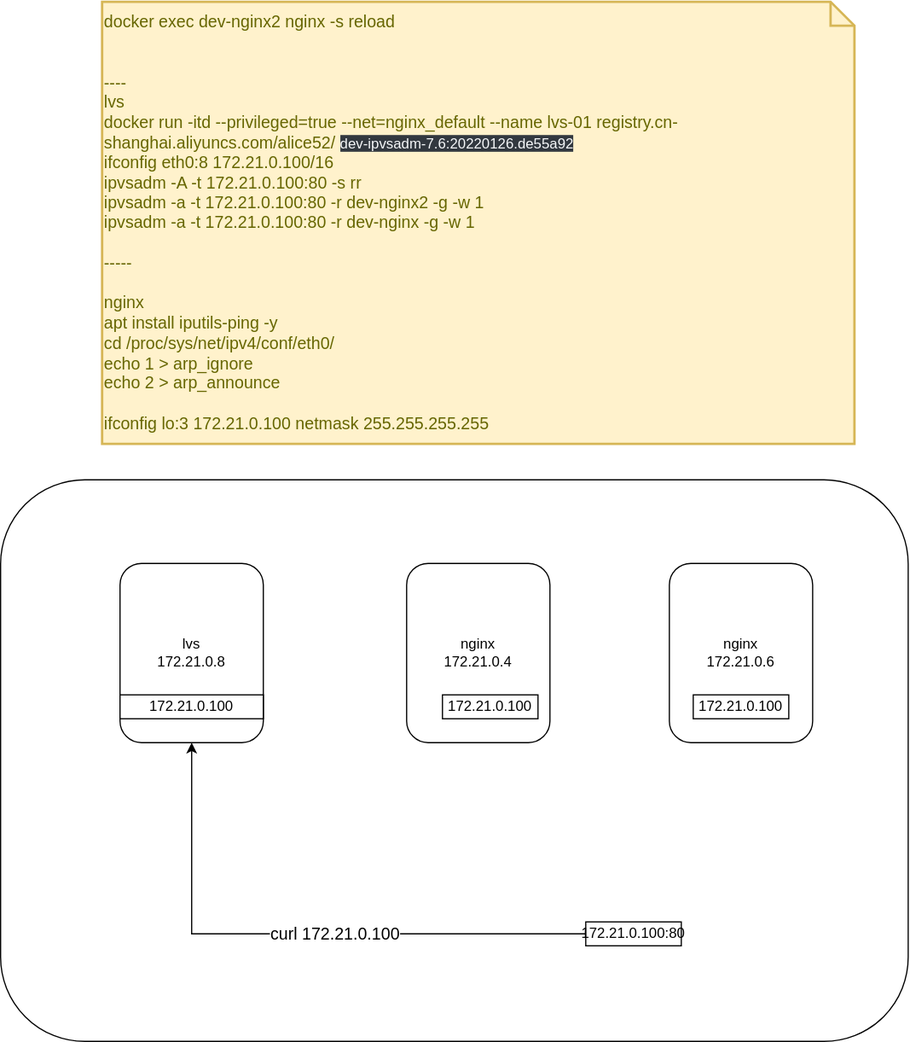
Earlier version of the draw.io export diagrams/lb/lvs/03.dr.svg (Alice52/diagrams). Source tidied: cells renumbered, new cells last; positions are measured from the earlier drawing's top-left corner, leaving out a move shared by most shapes.
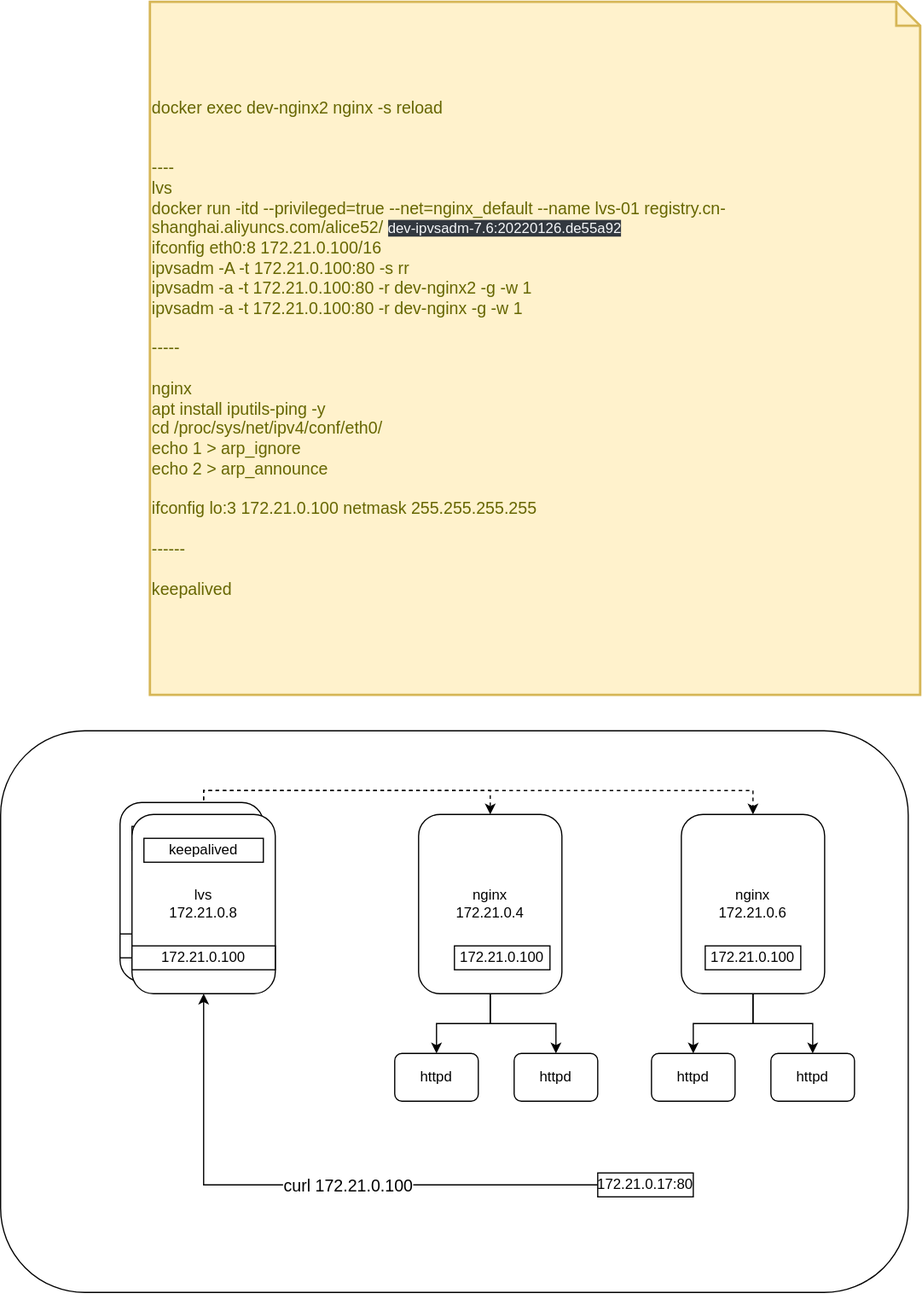
The same file after the commit.

Diff of the diagram source:
```diff
@@ -3,26 +3,38 @@
     <mxCell id="0" />
     <mxCell id="1" parent="0" />
     <mxCell id="2" style="rounded=1;whiteSpace=wrap;html=1;" parent="1" vertex="1">
-      <mxGeometry y="400" width="760" height="470" as="geometry" />
+      <mxGeometry x="-10" y="400" width="760" height="470" as="geometry" />
     </mxCell>
-    <mxCell id="3" value="&lt;div&gt;&lt;div&gt;docker exec dev-nginx2 nginx -s reload&lt;/div&gt;&lt;div&gt;&lt;br&gt;&lt;/div&gt;&lt;div&gt;&lt;br&gt;&lt;/div&gt;&lt;div&gt;----&lt;/div&gt;&lt;div&gt;lvs&lt;/div&gt;&lt;div&gt;docker run -itd --privileged=true --net=nginx_default --name lvs-01 registry.cn-shanghai.aliyuncs.com/alice52/&lt;span style=&quot;background-color: rgb(50 , 56 , 63) ; color: rgb(246 , 248 , 250) ; font-family: , , &amp;#34;sf mono&amp;#34; , &amp;#34;menlo&amp;#34; , &amp;#34;consolas&amp;#34; , &amp;#34;liberation mono&amp;#34; , monospace ; font-size: 12px&quot;&gt;dev-ipvsadm-7.6:20220126.de55a92&lt;/span&gt;&lt;/div&gt;&lt;div&gt;ifconfig eth0:8 172.21.0.100/16&lt;/div&gt;&lt;div&gt;ipvsadm -A -t 172.21.0.100:80 -s rr&lt;/div&gt;&lt;div&gt;ipvsadm -a -t 172.21.0.100:80 -r dev-nginx2 -g -w 1&lt;/div&gt;&lt;div&gt;ipvsadm -a -t 172.21.0.100:80 -r dev-nginx -g -w 1&lt;/div&gt;&lt;div&gt;&lt;br&gt;&lt;/div&gt;&lt;div&gt;-----&lt;/div&gt;&lt;div&gt;&lt;br&gt;&lt;/div&gt;&lt;div&gt;nginx&lt;/div&gt;&lt;div&gt;apt install iputils-ping -y&lt;/div&gt;&lt;div&gt;cd /proc/sys/net/ipv4/conf/eth0/&lt;/div&gt;&lt;div&gt;echo 1 &amp;gt; arp_ignore&lt;/div&gt;&lt;div&gt;echo 2 &amp;gt; arp_announce&lt;/div&gt;&lt;div&gt;&lt;br&gt;&lt;/div&gt;&lt;div&gt;ifconfig lo:3 172.21.0.100 netmask 255.255.255.255&lt;/div&gt;&lt;/div&gt;" style="shape=note;strokeWidth=2;fontSize=14;size=20;whiteSpace=wrap;html=1;fillColor=#fff2cc;strokeColor=#d6b656;fontColor=#666600;align=left;" parent="1" vertex="1">
-      <mxGeometry x="85" width="630" height="370" as="geometry" />
+    <mxCell id="3" value="&lt;div&gt;&lt;div&gt;docker exec dev-nginx2 nginx -s reload&lt;/div&gt;&lt;div&gt;&lt;br&gt;&lt;/div&gt;&lt;div&gt;&lt;br&gt;&lt;/div&gt;&lt;div&gt;----&lt;/div&gt;&lt;div&gt;lvs&lt;/div&gt;&lt;div&gt;docker run -itd --privileged=true --net=nginx_default --name lvs-01 registry.cn-shanghai.aliyuncs.com/alice52/&lt;span style=&quot;background-color: rgb(50 , 56 , 63) ; color: rgb(246 , 248 , 250) ; font-family: , , &amp;#34;sf mono&amp;#34; , &amp;#34;menlo&amp;#34; , &amp;#34;consolas&amp;#34; , &amp;#34;liberation mono&amp;#34; , monospace ; font-size: 12px&quot;&gt;dev-ipvsadm-7.6:20220126.de55a92&lt;/span&gt;&lt;/div&gt;&lt;div&gt;ifconfig eth0:8 172.21.0.100/16&lt;/div&gt;&lt;div&gt;ipvsadm -A -t 172.21.0.100:80 -s rr&lt;/div&gt;&lt;div&gt;ipvsadm -a -t 172.21.0.100:80 -r dev-nginx2 -g -w 1&lt;/div&gt;&lt;div&gt;ipvsadm -a -t 172.21.0.100:80 -r dev-nginx -g -w 1&lt;/div&gt;&lt;div&gt;&lt;br&gt;&lt;/div&gt;&lt;div&gt;-----&lt;/div&gt;&lt;div&gt;&lt;br&gt;&lt;/div&gt;&lt;div&gt;nginx&lt;/div&gt;&lt;div&gt;apt install iputils-ping -y&lt;/div&gt;&lt;div&gt;cd /proc/sys/net/ipv4/conf/eth0/&lt;/div&gt;&lt;div&gt;echo 1 &amp;gt; arp_ignore&lt;/div&gt;&lt;div&gt;echo 2 &amp;gt; arp_announce&lt;/div&gt;&lt;div&gt;&lt;br&gt;&lt;/div&gt;&lt;div&gt;ifconfig lo:3 172.21.0.100 netmask 255.255.255.255&lt;/div&gt;&lt;/div&gt;&lt;div&gt;&lt;br&gt;&lt;/div&gt;&lt;div&gt;------&lt;/div&gt;&lt;div&gt;&lt;br&gt;&lt;/div&gt;&lt;div&gt;keepalived&lt;/div&gt;" style="shape=note;strokeWidth=2;fontSize=14;size=20;whiteSpace=wrap;html=1;fillColor=#fff2cc;strokeColor=#d6b656;fontColor=#666600;align=left;" parent="1" vertex="1">
+      <mxGeometry x="115" y="-210" width="645" height="580" as="geometry" />
     </mxCell>
-    <mxCell id="4" value="lvs&lt;br&gt;172.21.0.8" style="rounded=1;whiteSpace=wrap;html=1;" parent="1" vertex="1">
-      <mxGeometry x="100" y="470" width="120" height="150" as="geometry" />
-    </mxCell>
+    <mxCell id="13" style="edgeStyle=orthogonalEdgeStyle;rounded=0;jettySize=auto;html=1;exitX=0.5;exitY=0;exitDx=0;exitDy=0;entryX=0.5;entryY=0;entryDx=0;entryDy=0;dashed=1;" parent="1" edge="1" source="4" target="5">
+      <mxGeometry relative="1" as="geometry" />
+    </mxCell>
+    <mxCell id="14" style="edgeStyle=orthogonalEdgeStyle;rounded=0;jettySize=auto;html=1;exitX=0.5;exitY=0;exitDx=0;exitDy=0;entryX=0.5;entryY=0;entryDx=0;entryDy=0;dashed=1;" parent="1" edge="1" source="4" target="6">
+      <mxGeometry relative="1" as="geometry" />
+    </mxCell>
+    <mxCell id="15" style="edgeStyle=orthogonalEdgeStyle;rounded=0;jettySize=auto;html=1;exitX=0.5;exitY=1;exitDx=0;exitDy=0;entryX=0.5;entryY=0;entryDx=0;entryDy=0;" parent="1" edge="1" source="5" target="19">
+      <mxGeometry relative="1" as="geometry" />
+    </mxCell>
+    <mxCell id="16" style="edgeStyle=orthogonalEdgeStyle;rounded=0;jettySize=auto;html=1;exitX=0.5;exitY=1;exitDx=0;exitDy=0;entryX=0.5;entryY=0;entryDx=0;entryDy=0;" parent="1" edge="1" source="5" target="20">
+      <mxGeometry relative="1" as="geometry" />
+    </mxCell>
     <mxCell id="5" value="nginx&lt;br&gt;172.21.0.4" style="rounded=1;whiteSpace=wrap;html=1;" parent="1" vertex="1">
       <mxGeometry x="340" y="470" width="120" height="150" as="geometry" />
     </mxCell>
+    <mxCell id="17" style="edgeStyle=orthogonalEdgeStyle;rounded=0;jettySize=auto;html=1;exitX=0.5;exitY=1;exitDx=0;exitDy=0;entryX=0.5;entryY=0;entryDx=0;entryDy=0;" parent="1" edge="1" source="6" target="21">
+      <mxGeometry relative="1" as="geometry" />
+    </mxCell>
+    <mxCell id="18" style="edgeStyle=orthogonalEdgeStyle;rounded=0;jettySize=auto;html=1;exitX=0.5;exitY=1;exitDx=0;exitDy=0;" parent="1" edge="1" source="6" target="22">
+      <mxGeometry relative="1" as="geometry" />
+    </mxCell>
     <mxCell id="6" value="nginx&lt;br&gt;172.21.0.6" style="rounded=1;whiteSpace=wrap;html=1;" parent="1" vertex="1">
       <mxGeometry x="560" y="470" width="120" height="150" as="geometry" />
     </mxCell>
     <mxCell id="7" value="172.21.0.100" style="rounded=0;whiteSpace=wrap;html=1;" parent="1" vertex="1">
       <mxGeometry x="370" y="580" width="80" height="20" as="geometry" />
     </mxCell>
-    <mxCell id="8" value="172.21.0.100" style="rounded=0;whiteSpace=wrap;html=1;" parent="1" vertex="1">
-      <mxGeometry x="100" y="580" width="120" height="20" as="geometry" />
-    </mxCell>
     <mxCell id="9" value="172.21.0.100" style="rounded=0;whiteSpace=wrap;html=1;" parent="1" vertex="1">
       <mxGeometry x="580" y="580" width="80" height="20" as="geometry" />
     </mxCell>
@@ -34,8 +46,44 @@
         <mxPoint x="60" y="3" as="offset" />
       </mxGeometry>
     </mxCell>
-    <mxCell id="12" value="172.21.0.100:80" style="rounded=0;whiteSpace=wrap;html=1;" parent="1" vertex="1">
+    <mxCell id="12" value="172.21.0.17:80" style="rounded=0;whiteSpace=wrap;html=1;" parent="1" vertex="1">
       <mxGeometry x="490" y="770" width="80" height="20" as="geometry" />
     </mxCell>
+    <mxCell id="19" value="httpd" style="rounded=1;whiteSpace=wrap;html=1;" parent="1" vertex="1">
+      <mxGeometry x="320" y="670" width="70" height="40" as="geometry" />
+    </mxCell>
+    <mxCell id="20" value="httpd" style="rounded=1;whiteSpace=wrap;html=1;" parent="1" vertex="1">
+      <mxGeometry x="420" y="670" width="70" height="40" as="geometry" />
+    </mxCell>
+    <mxCell id="21" value="httpd" style="rounded=1;whiteSpace=wrap;html=1;" parent="1" vertex="1">
+      <mxGeometry x="535" y="670" width="70" height="40" as="geometry" />
+    </mxCell>
+    <mxCell id="22" value="httpd" style="rounded=1;whiteSpace=wrap;html=1;" parent="1" vertex="1">
+      <mxGeometry x="635" y="670" width="70" height="40" as="geometry" />
+    </mxCell>
+    <mxCell id="23" style="group;" parent="1" vertex="1">
+      <mxGeometry x="100" y="470" width="650" height="410" as="geometry" />
+    </mxCell>
+    <mxCell id="24" style="group;" parent="23" vertex="1">
+      <mxGeometry x="-10" y="-10" width="660" height="420" as="geometry" />
+    </mxCell>
+    <mxCell id="25" value="lvs&lt;br&gt;172.21.0.8" style="rounded=1;whiteSpace=wrap;html=1;" parent="24" vertex="1">
+      <mxGeometry width="120" height="150" as="geometry" />
+    </mxCell>
+    <mxCell id="26" value="172.21.0.100" style="rounded=0;whiteSpace=wrap;html=1;" parent="24" vertex="1">
+      <mxGeometry y="110" width="120" height="20" as="geometry" />
+    </mxCell>
+    <mxCell id="27" value="keepalived" style="rounded=0;whiteSpace=wrap;html=1;" parent="24" vertex="1">
+      <mxGeometry x="10" y="20" width="100" height="20" as="geometry" />
+    </mxCell>
+    <mxCell id="4" value="lvs&lt;br&gt;172.21.0.8" style="rounded=1;whiteSpace=wrap;html=1;" parent="23" vertex="1">
+      <mxGeometry width="120" height="150" as="geometry" />
+    </mxCell>
+    <mxCell id="8" value="172.21.0.100" style="rounded=0;whiteSpace=wrap;html=1;" parent="23" vertex="1">
+      <mxGeometry y="110" width="120" height="20" as="geometry" />
+    </mxCell>
+    <mxCell id="28" value="keepalived" style="rounded=0;whiteSpace=wrap;html=1;" parent="23" vertex="1">
+      <mxGeometry x="10" y="20" width="100" height="20" as="geometry" />
+    </mxCell>
   </root>
 </mxGraphModel>
```
